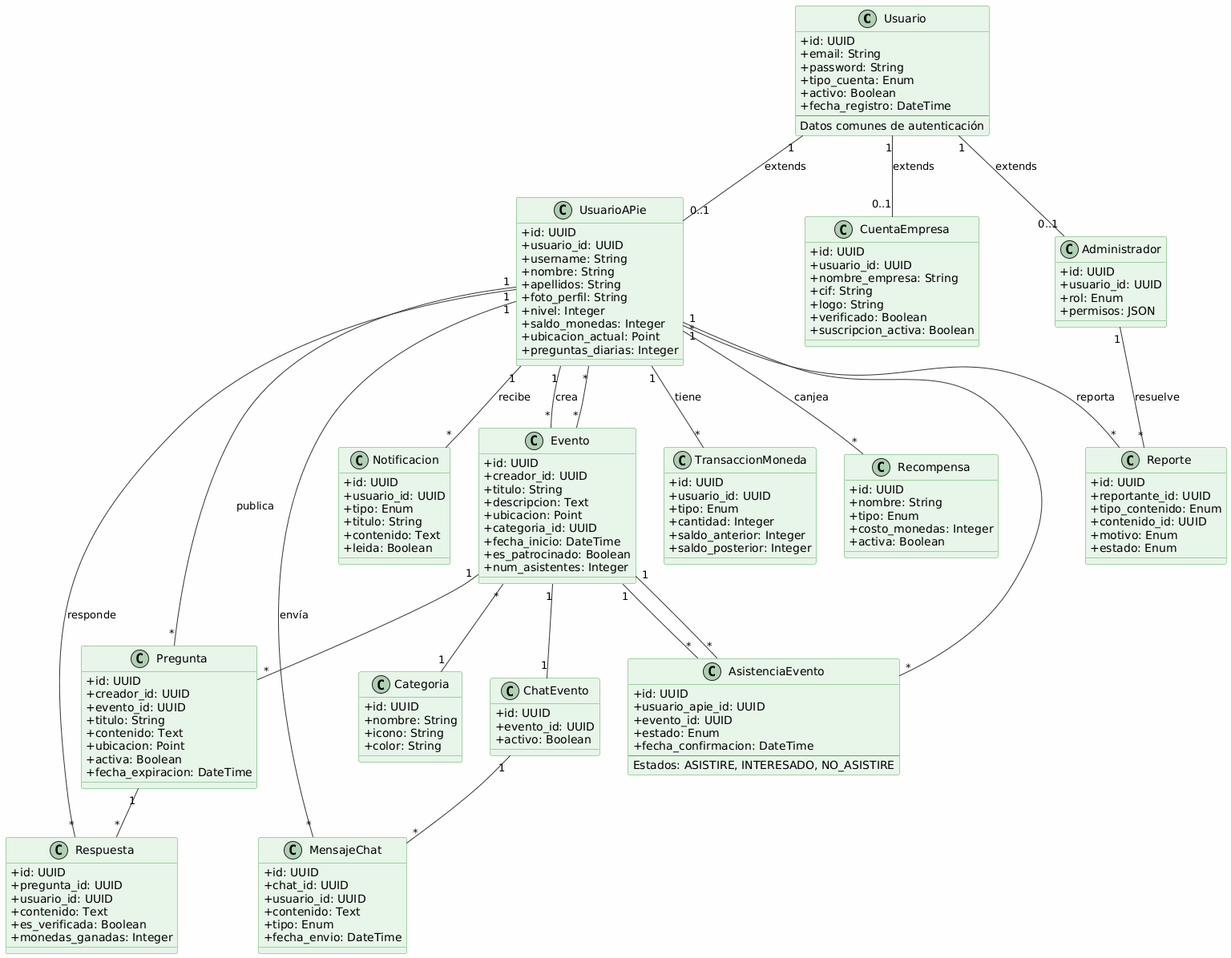
The PlantUML diagram docs/Sprint 0/images/diagramaUML.png in StreetAsk-ISPP/ISPP-G8, before a commit. Source of this version:
```plantuml
@startuml
skinparam classAttributeIconSize 0
skinparam backgroundColor #FEFEFE
skinparam class {
  BackgroundColor #E8F5E9
  BorderColor #4CAF50
  ArrowColor #333333
}


class Usuario {
  + id: UUID
  + email: String
  + password: String
  + tipo_cuenta: Enum
  + activo: Boolean
  + fecha_registro: DateTime
  --
  Datos comunes de autenticación
}

class UsuarioAPie {
  + id: UUID
  + usuario_id: UUID
  + username: String
  + nombre: String
  + apellidos: String
  + foto_perfil: String
  + nivel: Integer
  + saldo_monedas: Integer
  + ubicacion_actual: Point
  + preguntas_diarias: Integer
}

class CuentaEmpresa {
  + id: UUID
  + usuario_id: UUID
  + nombre_empresa: String
  + cif: String
  + logo: String
  + verificado: Boolean
  + suscripcion_activa: Boolean
}

class Administrador {
  + id: UUID
  + usuario_id: UUID
  + rol: Enum
  + permisos: JSON
}

class Evento {
  + id: UUID
  + creador_id: UUID
  + titulo: String
  + descripcion: Text
  + ubicacion: Point
  + categoria_id: UUID
  + fecha_inicio: DateTime
  + es_patrocinado: Boolean
  + num_asistentes: Integer
}

class Categoria {
  + id: UUID
  + nombre: String
  + icono: String
  + color: String
}

class Pregunta {
  + id: UUID
  + creador_id: UUID
  + evento_id: UUID
  + titulo: String
  + contenido: Text
  + ubicacion: Point
  + activa: Boolean
  + fecha_expiracion: DateTime
}

class Respuesta {
  + id: UUID
  + pregunta_id: UUID
  + usuario_id: UUID
  + contenido: Text
  + es_verificada: Boolean
  + monedas_ganadas: Integer
}

class ChatEvento {
  + id: UUID
  + evento_id: UUID
  + activo: Boolean
}

class MensajeChat {
  + id: UUID
  + chat_id: UUID
  + usuario_id: UUID
  + contenido: Text
  + tipo: Enum
  + fecha_envio: DateTime
}

class Notificacion {
  + id: UUID
  + usuario_id: UUID
  + tipo: Enum
  + titulo: String
  + contenido: Text
  + leida: Boolean
}

class TransaccionMoneda {
  + id: UUID
  + usuario_id: UUID
  + tipo: Enum
  + cantidad: Integer
  + saldo_anterior: Integer
  + saldo_posterior: Integer
}

class Recompensa {
  + id: UUID
  + nombre: String
  + tipo: Enum
  + costo_monedas: Integer
  + activa: Boolean
}

class AsistenciaEvento {
  + id: UUID
  + usuario_apie_id: UUID
  + evento_id: UUID
  + estado: Enum
  + fecha_confirmacion: DateTime
  --
  Estados: ASISTIRE, INTERESADO, NO_ASISTIRE
}

class Reporte {
  + id: UUID
  + reportante_id: UUID
  + tipo_contenido: Enum
  + contenido_id: UUID
  + motivo: Enum
  + estado: Enum
}


Usuario "1" -- "0..1" UsuarioAPie : extends
Usuario "1" -- "0..1" CuentaEmpresa : extends
Usuario "1" -- "0..1" Administrador : extends

UsuarioAPie "1" -- "*" Evento : crea
UsuarioAPie "1" -- "*" Pregunta : publica
UsuarioAPie "1" -- "*" Respuesta : responde
UsuarioAPie "1" -- "*" Notificacion : recibe
UsuarioAPie "1" -- "*" TransaccionMoneda : tiene
UsuarioAPie "1" -- "*" MensajeChat : envía
UsuarioAPie "1" -- "*" Reporte : reporta
UsuarioAPie "*" -- "*" Recompensa : canjea

UsuarioAPie "*" -- "*" Evento
AsistenciaEvento "*" -- "1" UsuarioAPie
AsistenciaEvento "*" -- "1" Evento

Evento "*" -- "1" Categoria
Evento "1" -- "*" Pregunta
Evento "1" -- "1" ChatEvento
Evento "1" -- "*" AsistenciaEvento

Pregunta "1" -- "*" Respuesta

ChatEvento "1" -- "*" MensajeChat

Administrador "1" -- "*" Reporte : resuelve
@enduml
```
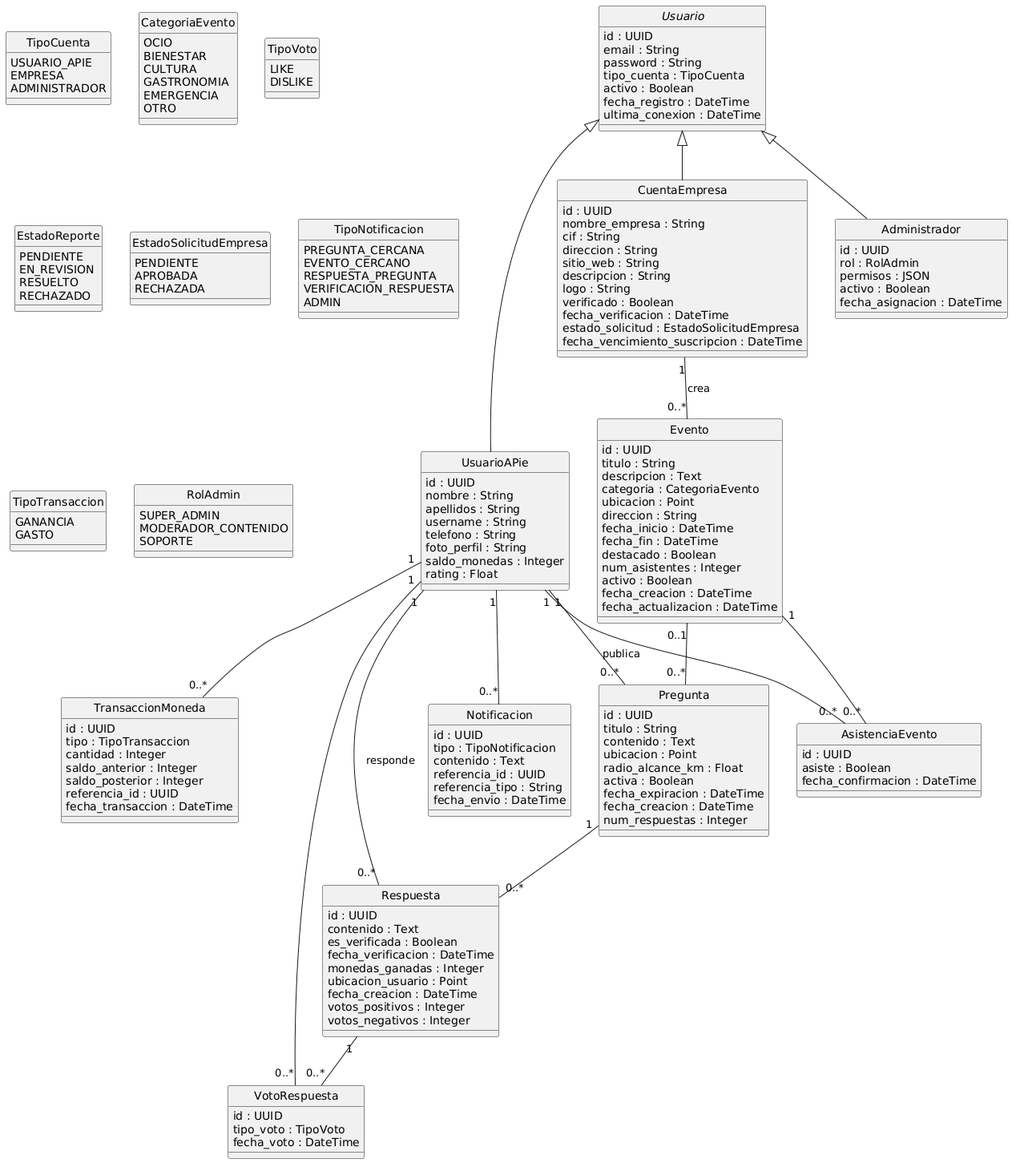
Later version of the same file.

Commit message:
docs: update diagram UML Updated UML diagram according to recent updates in entities-definition.md

The edit, as a diff of the source:
```diff
@@ -1,179 +1,193 @@
 @startuml
 skinparam classAttributeIconSize 0
-skinparam backgroundColor #FEFEFE
-skinparam class {
-  BackgroundColor #E8F5E9
-  BorderColor #4CAF50
-  ArrowColor #333333
+hide circle
+
+enum TipoCuenta {
+  USUARIO_APIE
+  EMPRESA
+  ADMINISTRADOR
 }
 
+enum CategoriaEvento {
+  OCIO
+  BIENESTAR
+  CULTURA
+  GASTRONOMIA
+  EMERGENCIA
+  OTRO
+}
 
-class Usuario {
-  + id: UUID
-  + email: String
-  + password: String
-  + tipo_cuenta: Enum
-  + activo: Boolean
-  + fecha_registro: DateTime
-  --
-  Datos comunes de autenticación
+enum TipoVoto {
+  LIKE
+  DISLIKE
+}
+
+enum EstadoReporte {
+  PENDIENTE
+  EN_REVISION
+  RESUELTO
+  RECHAZADO
+}
+
+enum EstadoSolicitudEmpresa {
+  PENDIENTE
+  APROBADA
+  RECHAZADA
+}
+
+enum TipoNotificacion {
+  PREGUNTA_CERCANA
+  EVENTO_CERCANO
+  RESPUESTA_PREGUNTA
+  VERIFICACION_RESPUESTA
+  ADMIN
+}
+
+enum TipoTransaccion {
+  GANANCIA
+  GASTO
+}
+
+enum RolAdmin {
+  SUPER_ADMIN
+  MODERADOR_CONTENIDO
+  SOPORTE
+}
+
+abstract class Usuario {
+  id : UUID
+  email : String
+  password : String
+  tipo_cuenta : TipoCuenta
+  activo : Boolean
+  fecha_registro : DateTime
+  ultima_conexion : DateTime
 }
 
 class UsuarioAPie {
-  + id: UUID
-  + usuario_id: UUID
-  + username: String
-  + nombre: String
-  + apellidos: String
-  + foto_perfil: String
-  + nivel: Integer
-  + saldo_monedas: Integer
-  + ubicacion_actual: Point
-  + preguntas_diarias: Integer
+  id : UUID
+  nombre : String
+  apellidos : String
+  username : String
+  telefono : String
+  foto_perfil : String
+  saldo_monedas : Integer
+  rating : Float
 }
 
 class CuentaEmpresa {
-  + id: UUID
-  + usuario_id: UUID
-  + nombre_empresa: String
-  + cif: String
-  + logo: String
-  + verificado: Boolean
-  + suscripcion_activa: Boolean
+  id : UUID
+  nombre_empresa : String
+  cif : String
+  direccion : String
+  sitio_web : String
+  descripcion : String
+  logo : String
+  verificado : Boolean
+  fecha_verificacion : DateTime
+  estado_solicitud : EstadoSolicitudEmpresa
+  fecha_vencimiento_suscripcion : DateTime
 }
 
 class Administrador {
-  + id: UUID
-  + usuario_id: UUID
-  + rol: Enum
-  + permisos: JSON
+  id : UUID
+  rol : RolAdmin
+  permisos : JSON
+  activo : Boolean
+  fecha_asignacion : DateTime
 }
 
+Usuario <|-- UsuarioAPie
+Usuario <|-- CuentaEmpresa
+Usuario <|-- Administrador
+
 class Evento {
-  + id: UUID
-  + creador_id: UUID
-  + titulo: String
-  + descripcion: Text
-  + ubicacion: Point
-  + categoria_id: UUID
-  + fecha_inicio: DateTime
-  + es_patrocinado: Boolean
-  + num_asistentes: Integer
+  id : UUID
+  titulo : String
+  descripcion : Text
+  categoria : CategoriaEvento
+  ubicacion : Point
+  direccion : String
+  fecha_inicio : DateTime
+  fecha_fin : DateTime
+  destacado : Boolean
+  num_asistentes : Integer
+  activo : Boolean
+  fecha_creacion : DateTime
+  fecha_actualizacion : DateTime
 }
 
-class Categoria {
-  + id: UUID
-  + nombre: String
-  + icono: String
-  + color: String
+CuentaEmpresa "1" -- "0..*" Evento : crea
+
+class AsistenciaEvento {
+  id : UUID
+  asiste : Boolean
+  fecha_confirmacion : DateTime
 }
 
+UsuarioAPie "1" -- "0..*" AsistenciaEvento
+Evento "1" -- "0..*" AsistenciaEvento
+
 class Pregunta {
-  + id: UUID
-  + creador_id: UUID
-  + evento_id: UUID
-  + titulo: String
-  + contenido: Text
-  + ubicacion: Point
-  + activa: Boolean
-  + fecha_expiracion: DateTime
+  id : UUID
+  titulo : String
+  contenido : Text
+  ubicacion : Point
+  radio_alcance_km : Float
+  activa : Boolean
+  fecha_expiracion : DateTime
+  fecha_creacion : DateTime
+  num_respuestas : Integer
 }
 
+UsuarioAPie "1" -- "0..*" Pregunta : publica
+Evento "0..1" -- "0..*" Pregunta
+
 class Respuesta {
-  + id: UUID
-  + pregunta_id: UUID
-  + usuario_id: UUID
-  + contenido: Text
-  + es_verificada: Boolean
-  + monedas_ganadas: Integer
+  id : UUID
+  contenido : Text
+  es_verificada : Boolean
+  fecha_verificacion : DateTime
+  monedas_ganadas : Integer
+  ubicacion_usuario : Point
+  fecha_creacion : DateTime
+  votos_positivos : Integer
+  votos_negativos : Integer
 }
 
-class ChatEvento {
-  + id: UUID
-  + evento_id: UUID
-  + activo: Boolean
+Pregunta "1" -- "0..*" Respuesta
+UsuarioAPie "1" -- "0..*" Respuesta : responde
+
+class VotoRespuesta {
+  id : UUID
+  tipo_voto : TipoVoto
+  fecha_voto : DateTime
 }
 
-class MensajeChat {
-  + id: UUID
-  + chat_id: UUID
-  + usuario_id: UUID
-  + contenido: Text
-  + tipo: Enum
-  + fecha_envio: DateTime
+UsuarioAPie "1" -- "0..*" VotoRespuesta
+Respuesta "1" -- "0..*" VotoRespuesta
+
+class Notificacion {
+  id : UUID
+  tipo : TipoNotificacion
+  contenido : Text
+  referencia_id : UUID
+  referencia_tipo : String
+  fecha_envio : DateTime
 }
 
-class Notificacion {
-  + id: UUID
-  + usuario_id: UUID
-  + tipo: Enum
-  + titulo: String
-  + contenido: Text
-  + leida: Boolean
+UsuarioAPie "1" -- "0..*" Notificacion
+
+class TransaccionMoneda {
+  id : UUID
+  tipo : TipoTransaccion
+  cantidad : Integer
+  saldo_anterior : Integer
+  saldo_posterior : Integer
+  referencia_id : UUID
+  fecha_transaccion : DateTime
 }
 
-class TransaccionMoneda {
-  + id: UUID
-  + usuario_id: UUID
-  + tipo: Enum
-  + cantidad: Integer
-  + saldo_anterior: Integer
-  + saldo_posterior: Integer
-}
+UsuarioAPie "1" -- "0..*" TransaccionMoneda
 
-class Recompensa {
-  + id: UUID
-  + nombre: String
-  + tipo: Enum
-  + costo_monedas: Integer
-  + activa: Boolean
-}
-
-class AsistenciaEvento {
-  + id: UUID
-  + usuario_apie_id: UUID
-  + evento_id: UUID
-  + estado: Enum
-  + fecha_confirmacion: DateTime
-  --
-  Estados: ASISTIRE, INTERESADO, NO_ASISTIRE
-}
-
-class Reporte {
-  + id: UUID
-  + reportante_id: UUID
-  + tipo_contenido: Enum
-  + contenido_id: UUID
-  + motivo: Enum
-  + estado: Enum
-}
-
-
-Usuario "1" -- "0..1" UsuarioAPie : extends
-Usuario "1" -- "0..1" CuentaEmpresa : extends
-Usuario "1" -- "0..1" Administrador : extends
-
-UsuarioAPie "1" -- "*" Evento : crea
-UsuarioAPie "1" -- "*" Pregunta : publica
-UsuarioAPie "1" -- "*" Respuesta : responde
-UsuarioAPie "1" -- "*" Notificacion : recibe
-UsuarioAPie "1" -- "*" TransaccionMoneda : tiene
-UsuarioAPie "1" -- "*" MensajeChat : envía
-UsuarioAPie "1" -- "*" Reporte : reporta
-UsuarioAPie "*" -- "*" Recompensa : canjea
-
-UsuarioAPie "*" -- "*" Evento
-AsistenciaEvento "*" -- "1" UsuarioAPie
-AsistenciaEvento "*" -- "1" Evento
-
-Evento "*" -- "1" Categoria
-Evento "1" -- "*" Pregunta
-Evento "1" -- "1" ChatEvento
-Evento "1" -- "*" AsistenciaEvento
-
-Pregunta "1" -- "*" Respuesta
-
-ChatEvento "1" -- "*" MensajeChat
-
-Administrador "1" -- "*" Reporte : resuelve
 @enduml
```
